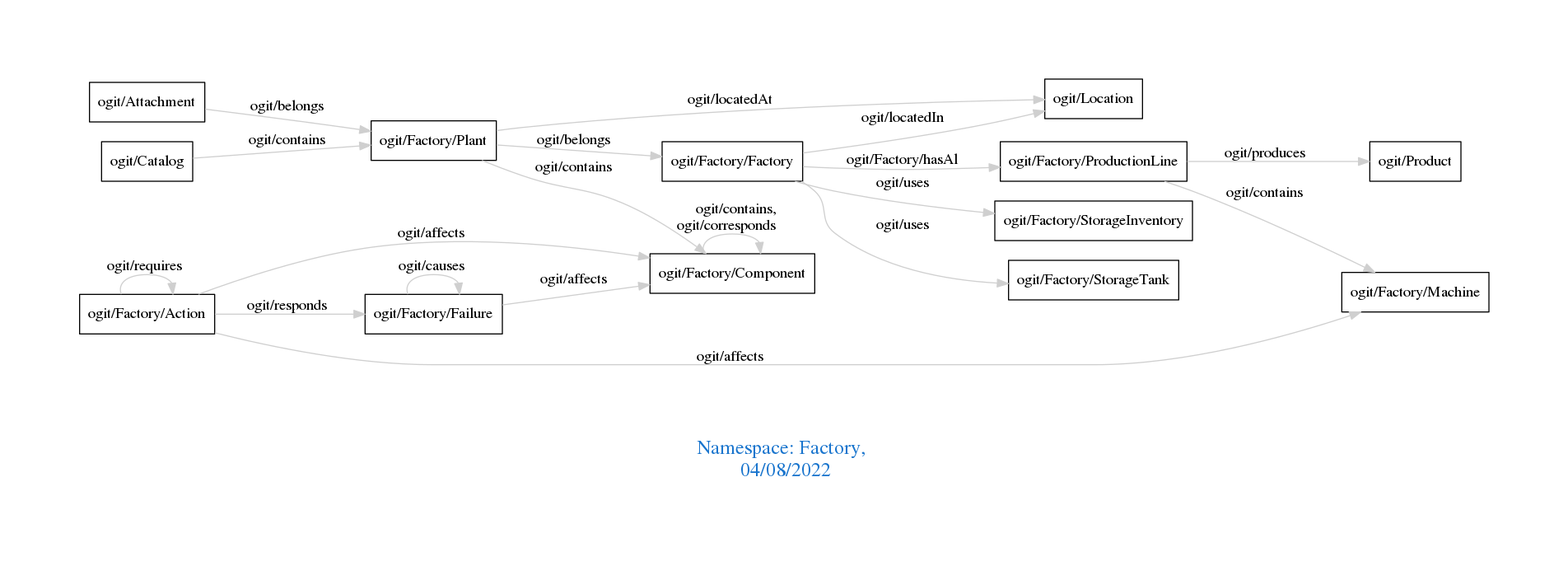
The Graphviz diagram downloads/Factory.png in arago/OGIT, before a commit. Its source is kept beside it as downloads/Factory.dot.
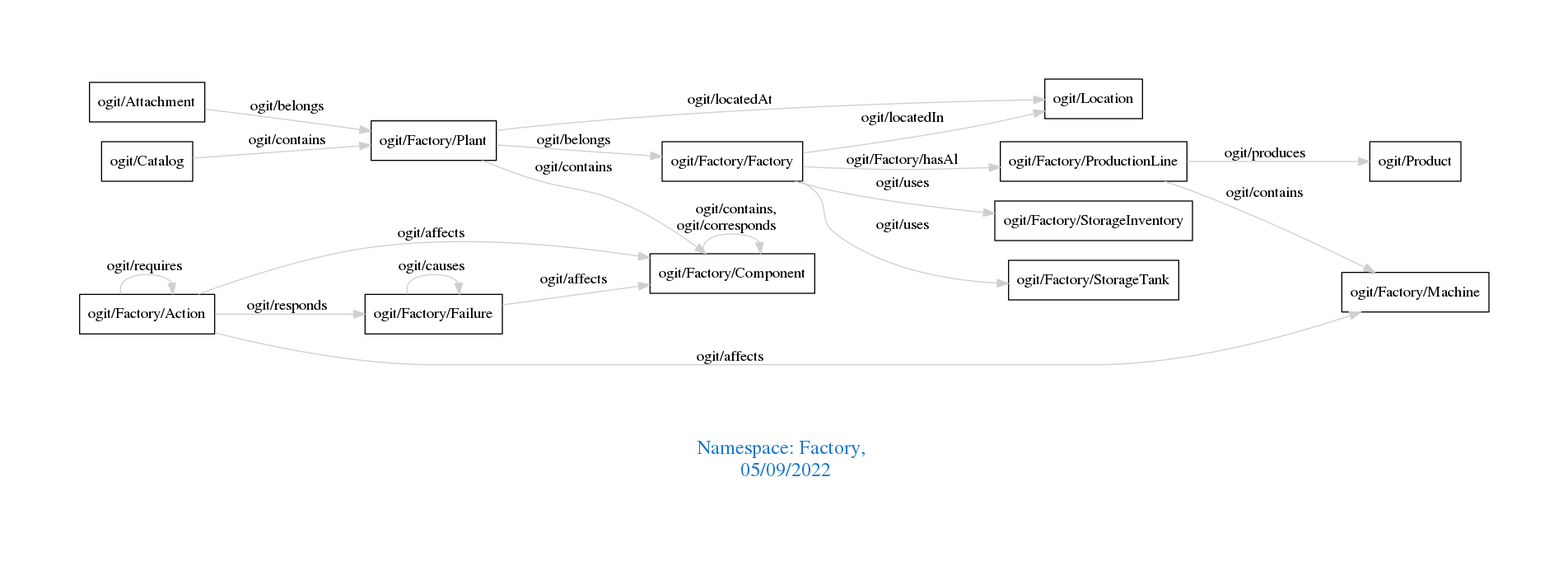
Later version of the same file.

Change to the diagram source:
```diff
@@ -1,7 +1,7 @@
 digraph OGIT_ontology {
  graph [ rankdir= LR,pad=1
 fontsize = 18,
-fontcolor= dodgerblue3,label = "\n\n\nNamespace: Factory, \n 04/08/2022"];
+fontcolor= dodgerblue3,label = "\n\n\nNamespace: Factory, \n 05/09/2022"];
 node[shape=polygon];
 edge [  color="gray81"];
 
```
